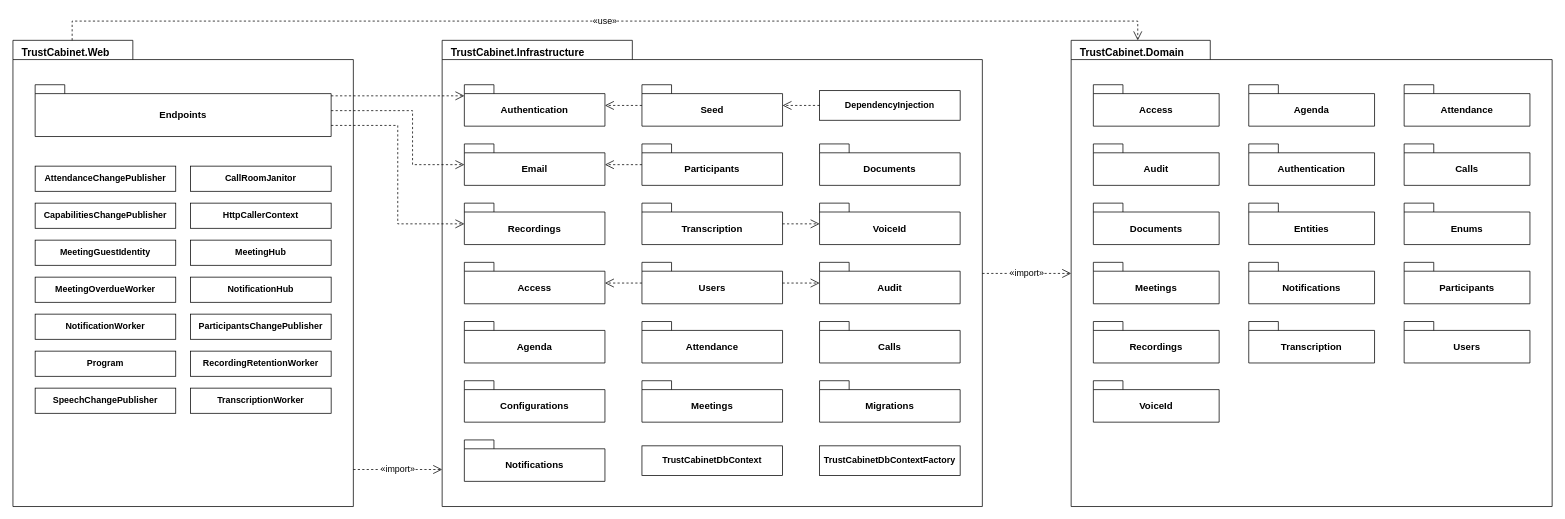
The draw.io diagram docs/15-package-diagram/package-backend.drawio in callmehai/FU-FA26-G116, before the edit. Source tidied: cells renumbered, new cells numbered last; positions are measured from the earlier drawing's top-left corner, leaving out a move shared by most shapes. Both pictures are drawn from the tidied source at 74%, with x=0, y=0 at pixel (13, 21).
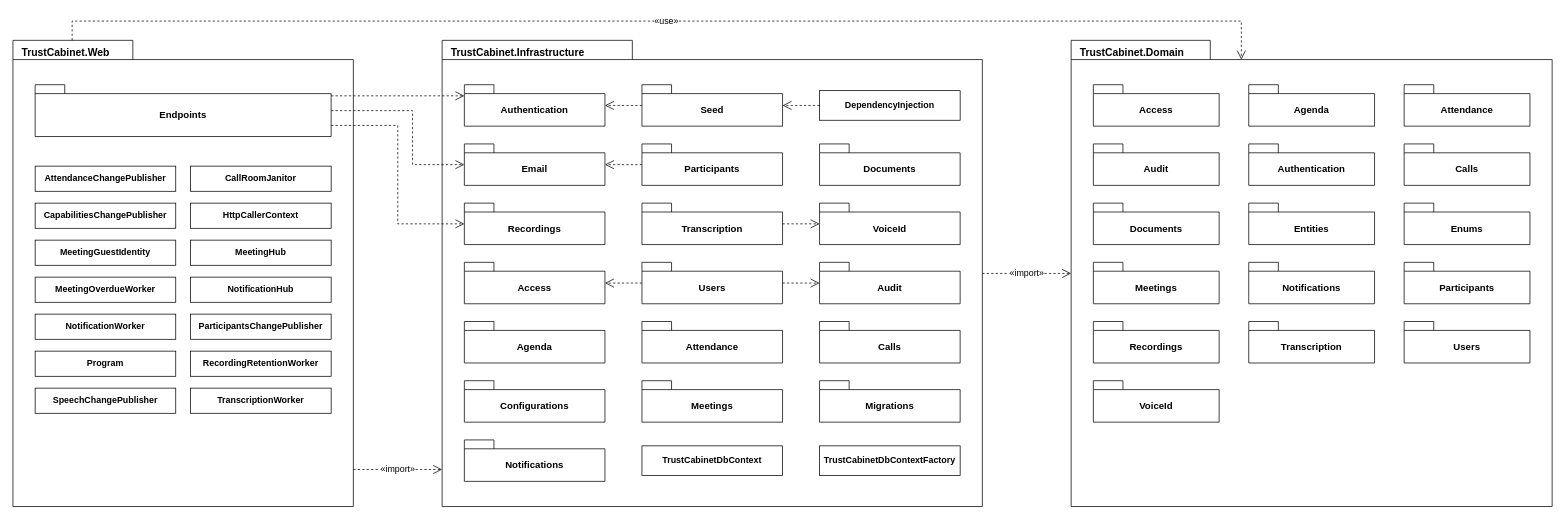
Above is the later version.

Commit message (it also covers changes not shown here):
Verify package diagram

The change refers to these unchanged cells:
```xml
<mxCell id="2" value="TrustCabinet.Web" style="shape=folder;tabWidth=162;tabHeight=26;tabPosition=left;verticalAlign=top;align=left;spacingLeft=10;spacingTop=1;fontStyle=1;fontSize=14;html=1;whiteSpace=wrap;fillColor=#ffffff;strokeColor=#000000;fontColor=#000000;fontFamily=Helvetica;" parent="1" vertex="1">
  <mxGeometry y="26" width="460" height="630" as="geometry" />
</mxCell>
<mxCell id="40" value="TrustCabinet.Domain" style="shape=folder;tabWidth=188;tabHeight=26;tabPosition=left;verticalAlign=top;align=left;spacingLeft=10;spacingTop=1;fontStyle=1;fontSize=14;html=1;whiteSpace=wrap;fillColor=#ffffff;strokeColor=#000000;fontColor=#000000;fontFamily=Helvetica;" parent="1" vertex="1">
  <mxGeometry x="1430" y="26" width="650" height="630" as="geometry" />
</mxCell>
```

What changed in the source:
```diff
@@
-    <mxCell id="68" value="«use»" style="endArrow=open;endFill=0;endSize=10;dashed=1;rounded=0;html=1;strokeColor=#000000;fontColor=#000000;fontFamily=Helvetica;fontSize=12;labelBackgroundColor=#ffffff;exitX=0.1739;exitY=0;exitDx=0;exitDy=0;exitPerimeter=0;entryX=0.1385;entryY=0;entryDx=0;entryDy=0;entryPerimeter=0;" parent="1" edge="1" source="2" target="40">
+    <mxCell id="68" value="«use»" style="endArrow=open;endFill=0;endSize=10;dashed=1;rounded=0;html=1;strokeColor=#000000;fontColor=#000000;fontFamily=Helvetica;fontSize=12;labelBackgroundColor=#ffffff;exitX=0.1739;exitY=0;exitDx=0;exitDy=0;exitPerimeter=0;entryX=0.3538;entryY=0.0413;entryDx=0;entryDy=0;entryPerimeter=0;" parent="1" edge="1" source="2" target="40">
       <mxGeometry relative="1" as="geometry">
         <Array as="points">
           <mxPoint x="80" />
-          <mxPoint x="1520" />
+          <mxPoint x="1660" />
         </Array>
       </mxGeometry>
     </mxCell>
```
